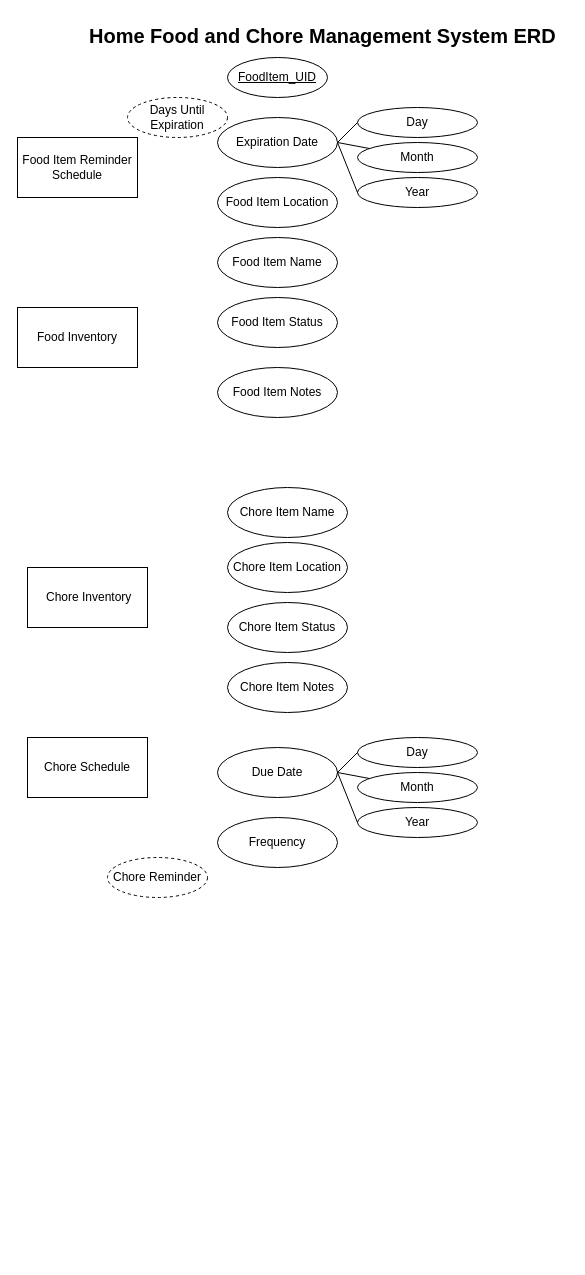
This is Assignment 2/Assignment2ERD.drawio from k-wtamu/CIDM6330, a draw.io file, before an edit. Source tidied: cells renumbered, new cells numbered last; positions are measured from the earlier drawing's top-left corner, leaving out a move shared by most shapes. Both pictures are drawn from the tidied source at 100%, with x=0, y=0 at pixel (17, 17).
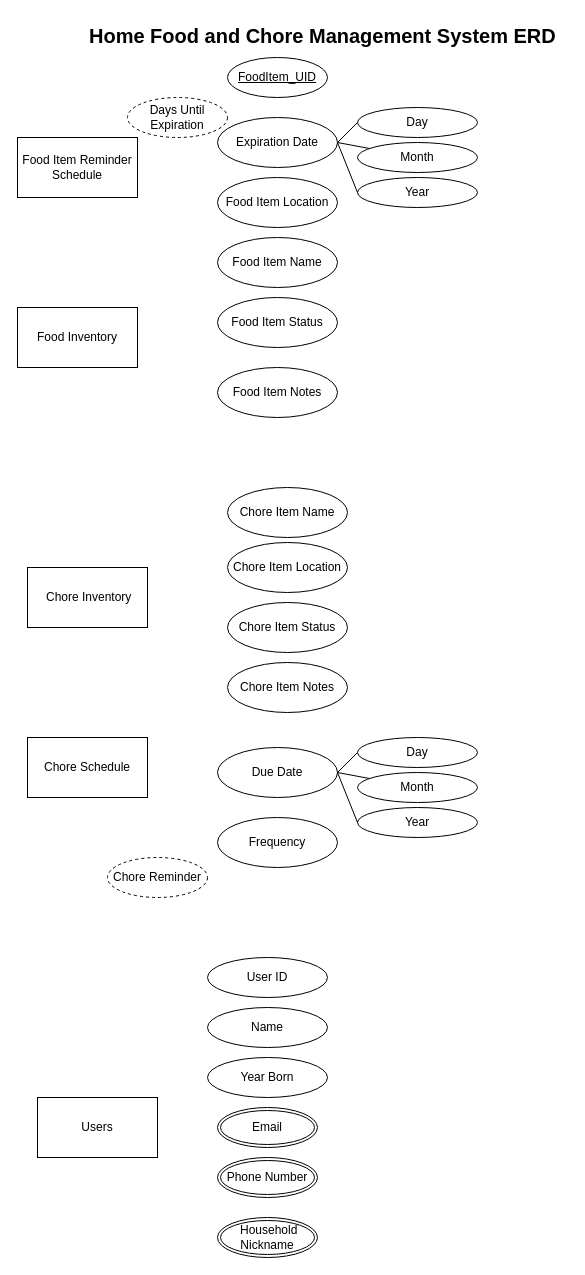
The same page after the edit.

Change to the diagram source:
```diff
@@
+    <mxCell id="33" value="Users" style="rounded=0;whiteSpace=wrap;html=1;" parent="1" vertex="1">
+      <mxGeometry x="20" y="1080" width="120" height="60" as="geometry" />
+    </mxCell>
+    <mxCell id="34" value="Name" style="ellipse;whiteSpace=wrap;html=1;" parent="1" vertex="1">
+      <mxGeometry x="190" y="990" width="120" height="40" as="geometry" />
+    </mxCell>
+    <mxCell id="35" value="User ID" style="ellipse;whiteSpace=wrap;html=1;" parent="1" vertex="1">
+      <mxGeometry x="190" y="940" width="120" height="40" as="geometry" />
+    </mxCell>
+    <mxCell id="36" value="Year Born" style="ellipse;whiteSpace=wrap;html=1;" parent="1" vertex="1">
+      <mxGeometry x="190" y="1040" width="120" height="40" as="geometry" />
+    </mxCell>
+    <mxCell id="37" value="Phone Number" style="ellipse;shape=doubleEllipse;margin=3;whiteSpace=wrap;html=1;align=center;" parent="1" vertex="1">
+      <mxGeometry x="200" y="1140" width="100" height="40" as="geometry" />
+    </mxCell>
+    <mxCell id="38" value="Email" style="ellipse;shape=doubleEllipse;margin=3;whiteSpace=wrap;html=1;align=center;" parent="1" vertex="1">
+      <mxGeometry x="200" y="1090" width="100" height="40" as="geometry" />
+    </mxCell>
+    <mxCell id="39" value="&amp;nbsp;Household Nickname" style="ellipse;shape=doubleEllipse;margin=3;whiteSpace=wrap;html=1;align=center;" parent="1" vertex="1">
+      <mxGeometry x="200" y="1200" width="100" height="40" as="geometry" />
+    </mxCell>
```
